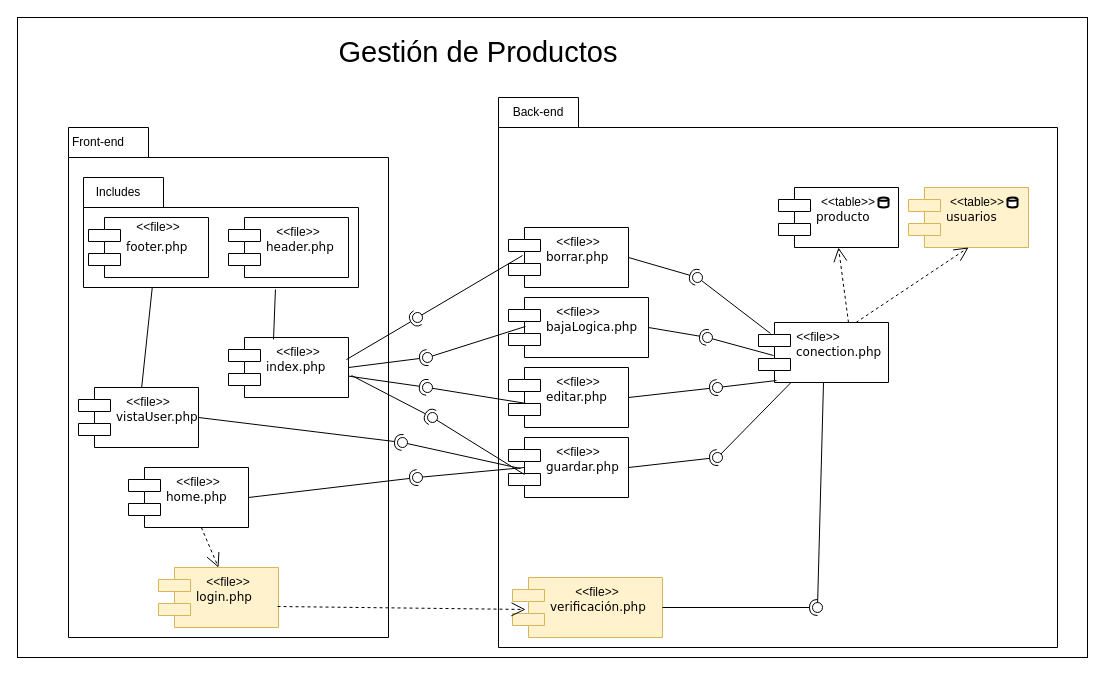
This is Diagramas/DiagramaComponentesMich.drawio from JorgeADnro/Torres, a draw.io file, before an edit. Source tidied: cells renumbered, new cells numbered last; positions are measured from the earlier drawing's top-left corner, leaving out a move shared by most shapes. Both pictures are drawn from the tidied source at 100%, with x=0, y=0 at pixel (17, 17).
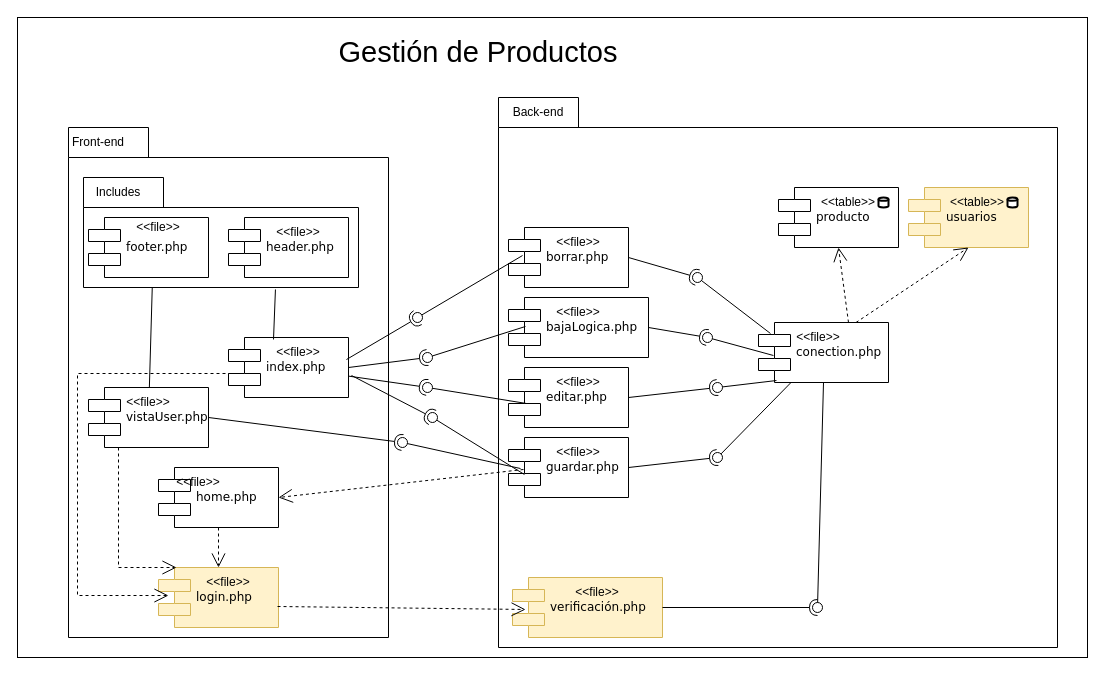
After the change.

The change refers to these unchanged cells:
```xml
<mxCell id="10" value="index.php" style="shape=component;align=left;spacingLeft=36;rounded=0;shadow=0;comic=0;labelBackgroundColor=none;strokeWidth=1;fontFamily=Verdana;fontSize=12;html=1;" parent="1" vertex="1">
  <mxGeometry x="211" y="320" width="120" height="60" as="geometry" />
</mxCell>
<mxCell id="16" value="guardar.php" style="shape=component;align=left;spacingLeft=36;rounded=0;shadow=0;comic=0;labelBackgroundColor=none;strokeWidth=1;fontFamily=Verdana;fontSize=12;html=1;" parent="1" vertex="1">
  <mxGeometry x="491" y="420" width="120" height="60" as="geometry" />
</mxCell>
<mxCell id="32" value="login.php" style="shape=component;align=left;spacingLeft=36;rounded=0;shadow=0;comic=0;labelBackgroundColor=none;strokeWidth=1;fontFamily=Verdana;fontSize=12;html=1;fillColor=#fff2cc;strokeColor=#d6b656;" parent="1" vertex="1">
  <mxGeometry x="141" y="550" width="120" height="60" as="geometry" />
</mxCell>
```

Change to the diagram source:
```diff
@@
     <mxCell id="9" value="home.php" style="shape=component;align=left;spacingLeft=36;rounded=0;shadow=0;comic=0;labelBackgroundColor=none;strokeWidth=1;fontFamily=Verdana;fontSize=12;html=1;" parent="1" vertex="1">
-      <mxGeometry x="111" y="450" width="120" height="60" as="geometry" />
+      <mxGeometry x="141" y="450" width="120" height="60" as="geometry" />
     </mxCell>
@@
-    <mxCell id="55" style="rounded=0;jettySize=auto;html=1;endArrow=halfCircle;endFill=0;endSize=6;strokeWidth=1;sketch=0;exitX=1;exitY=0.5;exitDx=0;exitDy=0;" parent="1" edge="1" source="9">
-      <mxGeometry relative="1" as="geometry">
-        <mxPoint x="400" y="460" as="targetPoint" />
-      </mxGeometry>
-    </mxCell>
@@
-    <mxCell id="59" style="rounded=0;jettySize=auto;html=1;endArrow=oval;endFill=0;sketch=0;sourcePerimeterSpacing=0;targetPerimeterSpacing=0;endSize=10;exitX=0.133;exitY=0.5;exitDx=0;exitDy=0;exitPerimeter=0;" parent="1" edge="1" source="16">
-      <mxGeometry relative="1" as="geometry">
-        <mxPoint x="400" y="460" as="targetPoint" />
-      </mxGeometry>
-    </mxCell>
@@
     <mxCell id="63" value="vistaUser.php" style="shape=component;align=left;spacingLeft=36;rounded=0;shadow=0;comic=0;labelBackgroundColor=none;strokeWidth=1;fontFamily=Verdana;fontSize=12;html=1;" parent="1" vertex="1">
-      <mxGeometry x="61" y="370" width="120" height="60" as="geometry" />
+      <mxGeometry x="71" y="370" width="120" height="60" as="geometry" />
     </mxCell>
@@
+    <mxCell id="72" style="endArrow=open;endSize=12;dashed=1;html=1;rounded=0;exitX=0.125;exitY=0.533;exitDx=0;exitDy=0;exitPerimeter=0;entryX=1;entryY=0.5;entryDx=0;entryDy=0;" parent="1" edge="1" source="16" target="9">
+      <mxGeometry relative="1" as="geometry" />
+    </mxCell>
+    <mxCell id="73" style="endArrow=open;endSize=12;dashed=1;html=1;rounded=0;entryX=0.083;entryY=0.467;entryDx=0;entryDy=0;exitX=0.125;exitY=0.6;exitDx=0;exitDy=0;entryPerimeter=0;exitPerimeter=0;" parent="1" edge="1" source="10" target="32">
+      <mxGeometry relative="1" as="geometry">
+        <Array as="points">
+          <mxPoint x="60" y="356" />
+          <mxPoint x="60" y="578" />
+        </Array>
+      </mxGeometry>
+    </mxCell>
+    <mxCell id="74" style="endArrow=open;endSize=12;dashed=1;html=1;rounded=0;entryX=0.15;entryY=0;entryDx=0;entryDy=0;exitX=0.25;exitY=1;exitDx=0;exitDy=0;entryPerimeter=0;" parent="1" edge="1" source="63" target="32">
+      <mxGeometry relative="1" as="geometry">
+        <Array as="points">
+          <mxPoint x="101" y="550" />
+        </Array>
+      </mxGeometry>
+    </mxCell>
```
